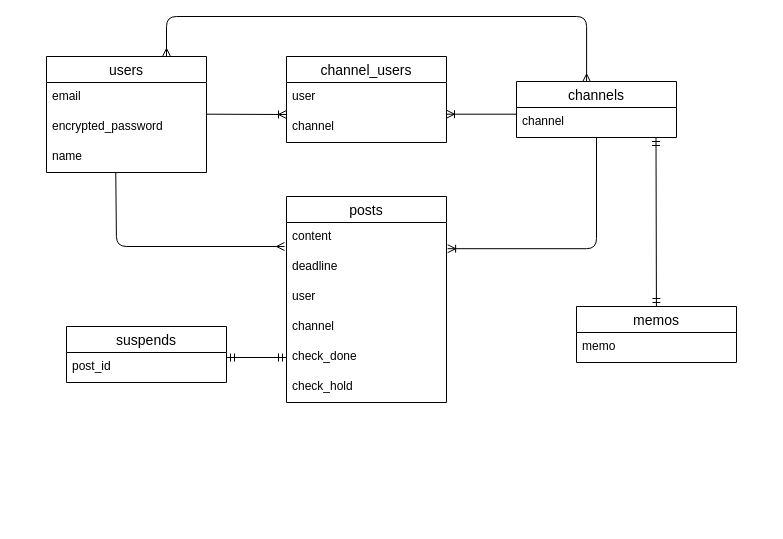
Before: er_chart.dio in mk-67/work_stream, a draw.io diagram. Source tidied: cells renumbered, new cells numbered last; positions are measured from the earlier drawing's top-left corner, leaving out a move shared by most shapes. Both pictures are drawn from the tidied source at 100%, with x=0, y=0 at pixel (46, 16).
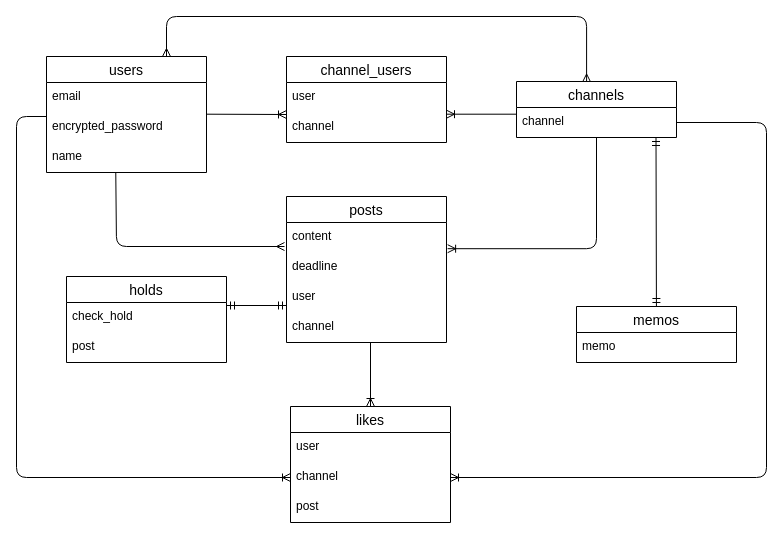
Above is the later version.

The change refers to these unchanged cells:
```xml
<mxCell id="7" value="channel" style="text;strokeColor=none;fillColor=none;spacingLeft=4;spacingRight=4;overflow=hidden;points=[[0,0.5],[1,0.5]];portConstraint=eastwest;fontSize=12;" parent="6" vertex="1">
  <mxGeometry y="26" width="160" height="30" as="geometry" />
</mxCell>
```

Diff of the diagram source:
```diff
@@
     <mxCell id="8" value="posts" style="swimlane;fontStyle=0;horizontal=1;startSize=26;align=center;fontSize=14;" parent="1" vertex="1">
-      <mxGeometry x="240" y="180" width="160" height="206" as="geometry" />
+      <mxGeometry x="240" y="180" width="160" height="146" as="geometry" />
     </mxCell>
@@
-    <mxCell id="13" value="check_done" style="text;strokeColor=none;fillColor=none;spacingLeft=4;spacingRight=4;overflow=hidden;points=[[0,0.5],[1,0.5]];portConstraint=eastwest;fontSize=12;" parent="8" vertex="1">
-      <mxGeometry y="146" width="160" height="30" as="geometry" />
-    </mxCell>
-    <mxCell id="14" value="check_hold" style="text;strokeColor=none;fillColor=none;spacingLeft=4;spacingRight=4;overflow=hidden;fontSize=12;" parent="8" vertex="1">
-      <mxGeometry y="176" width="160" height="30" as="geometry" />
-    </mxCell>
@@
-    <mxCell id="25" value="suspends" style="swimlane;fontStyle=0;horizontal=1;startSize=26;align=center;fontSize=14;" parent="1" vertex="1">
-      <mxGeometry x="20" y="310" width="160" height="56" as="geometry" />
+    <mxCell id="25" value="holds" style="swimlane;fontStyle=0;horizontal=1;startSize=26;align=center;fontSize=14;" parent="1" vertex="1">
+      <mxGeometry x="20" y="260" width="160" height="86" as="geometry" />
     </mxCell>
-    <mxCell id="26" value="post_id" style="text;strokeColor=none;fillColor=none;spacingLeft=4;spacingRight=4;overflow=hidden;fontSize=12;" parent="25" vertex="1">
+    <mxCell id="26" value="check_hold" style="text;strokeColor=none;fillColor=none;spacingLeft=4;spacingRight=4;overflow=hidden;fontSize=12;" parent="25" vertex="1">
       <mxGeometry y="26" width="160" height="30" as="geometry" />
     </mxCell>
+    <mxCell id="29" value="post" style="text;strokeColor=none;fillColor=none;spacingLeft=4;spacingRight=4;overflow=hidden;fontSize=12;" parent="25" vertex="1">
+      <mxGeometry y="56" width="160" height="30" as="geometry" />
+    </mxCell>
-    <mxCell id="27" style="fontSize=12;html=1;endArrow=ERmandOne;startArrow=ERmandOne;entryX=0;entryY=0.5;entryDx=0;entryDy=0;" parent="1" edge="1" target="13">
+    <mxCell id="27" style="fontSize=12;html=1;endArrow=ERmandOne;startArrow=ERmandOne;entryX=0;entryY=0.5;entryDx=0;entryDy=0;" parent="1" edge="1">
       <mxGeometry relative="1" as="geometry">
-        <mxPoint x="180" y="341" as="sourcePoint" />
+        <mxPoint x="180" y="289" as="sourcePoint" />
+        <mxPoint x="240" y="289" as="targetPoint" />
       </mxGeometry>
     </mxCell>
@@
+    <mxCell id="30" value="likes" style="swimlane;fontStyle=0;horizontal=1;startSize=26;align=center;fontSize=14;" parent="1" vertex="1">
+      <mxGeometry x="244" y="390" width="160" height="116" as="geometry" />
+    </mxCell>
+    <mxCell id="31" value="user" style="text;strokeColor=none;fillColor=none;spacingLeft=4;spacingRight=4;overflow=hidden;fontSize=12;" parent="30" vertex="1">
+      <mxGeometry y="26" width="160" height="30" as="geometry" />
+    </mxCell>
+    <mxCell id="32" value="channel" style="text;strokeColor=none;fillColor=none;spacingLeft=4;spacingRight=4;overflow=hidden;points=[[0,0.5],[1,0.5]];portConstraint=eastwest;fontSize=12;" parent="30" vertex="1">
+      <mxGeometry y="56" width="160" height="30" as="geometry" />
+    </mxCell>
+    <mxCell id="33" value="post" style="text;strokeColor=none;fillColor=none;spacingLeft=4;spacingRight=4;overflow=hidden;fontSize=12;" parent="30" vertex="1">
+      <mxGeometry y="86" width="160" height="30" as="geometry" />
+    </mxCell>
+    <mxCell id="34" style="fontSize=12;html=1;endArrow=ERoneToMany;entryX=0.5;entryY=0;entryDx=0;entryDy=0;" parent="1" edge="1" target="30">
+      <mxGeometry relative="1" as="geometry">
+        <mxPoint x="324" y="326" as="sourcePoint" />
+      </mxGeometry>
+    </mxCell>
+    <mxCell id="35" style="edgeStyle=elbowEdgeStyle;fontSize=12;html=1;endArrow=ERoneToMany;entryX=0;entryY=0.5;entryDx=0;entryDy=0;" parent="1" edge="1" target="32">
+      <mxGeometry relative="1" as="geometry">
+        <mxPoint y="100" as="sourcePoint" />
+        <Array as="points">
+          <mxPoint x="-30" y="380" />
+        </Array>
+      </mxGeometry>
+    </mxCell>
+    <mxCell id="36" style="edgeStyle=elbowEdgeStyle;fontSize=12;html=1;endArrow=ERoneToMany;exitX=1;exitY=0.5;exitDx=0;exitDy=0;entryX=1;entryY=0.5;entryDx=0;entryDy=0;" parent="1" edge="1" source="7" target="32">
+      <mxGeometry relative="1" as="geometry">
+        <Array as="points">
+          <mxPoint x="720" y="290" />
+          <mxPoint x="790" y="350" />
+        </Array>
+      </mxGeometry>
+    </mxCell>
```
